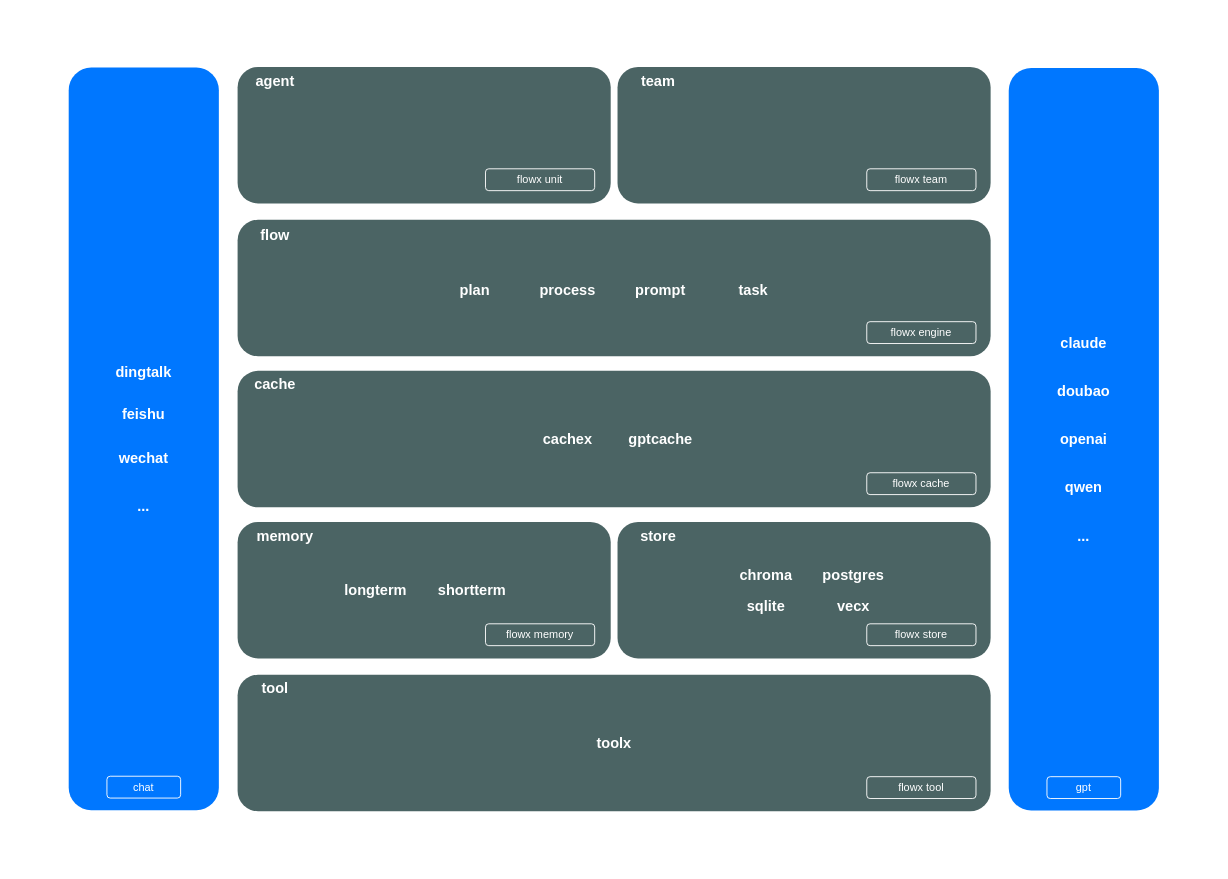
The draw.io diagram arch.drawio in ai-flowx/flowx, before the edit. Source tidied: cells renumbered, new cells numbered last; positions are measured from the earlier drawing's top-left corner, leaving out a move shared by most shapes. Both pictures are drawn from the tidied source at 91%, with x=0, y=0 at pixel (15, 15).
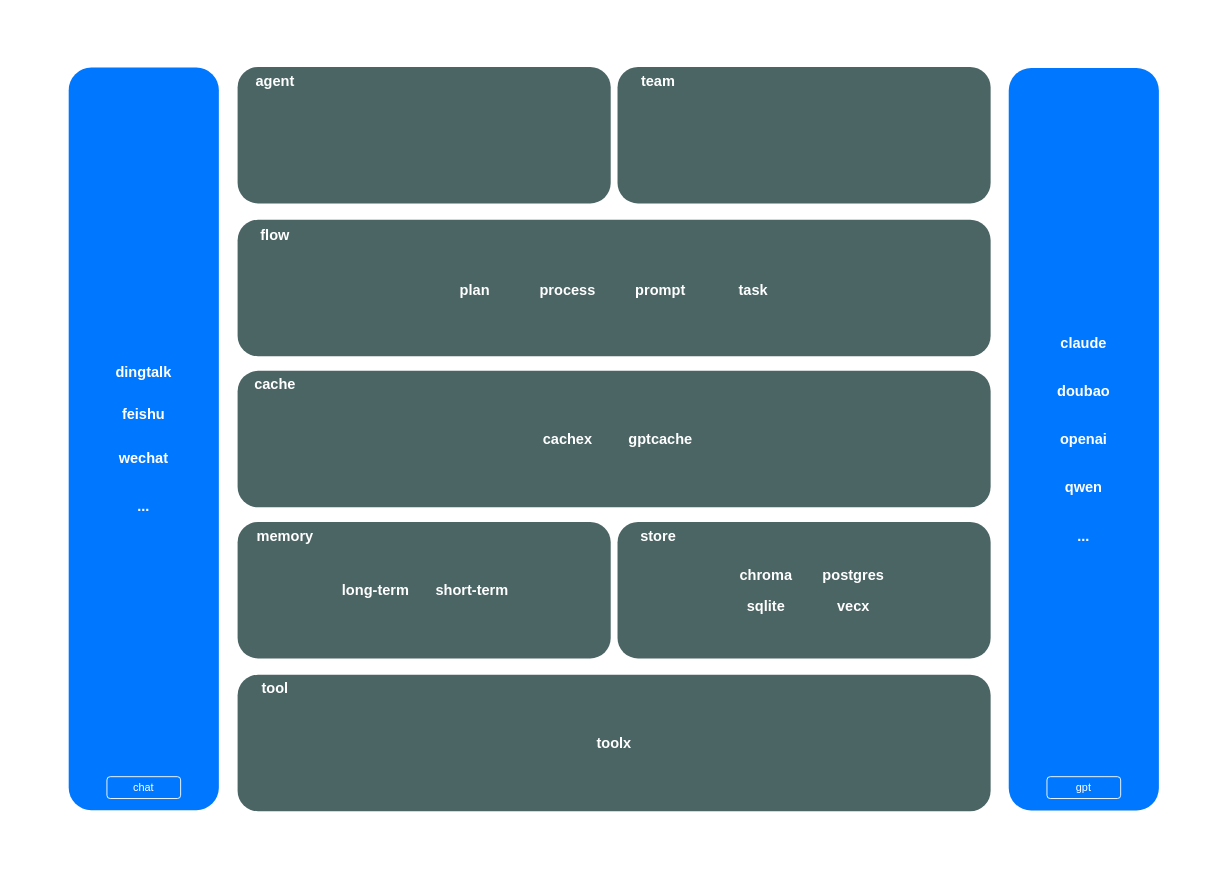
After the change.

What changed in the source:
```diff
@@
-    <mxCell id="6" value="flowx store" style="text;html=1;strokeColor=#FFFFFF;fillColor=none;align=center;verticalAlign=middle;whiteSpace=wrap;rounded=1;fontStyle=0;fontColor=#FFFFFF;" parent="1" vertex="1">
-      <mxGeometry x="935" y="668" width="120" height="24" as="geometry" />
-    </mxCell>
@@
-    <mxCell id="9" value="&lt;span&gt;flowx engine&lt;/span&gt;" style="text;html=1;strokeColor=#FFFFFF;fillColor=none;align=center;verticalAlign=middle;whiteSpace=wrap;rounded=1;fontStyle=0;fontColor=#FFFFFF;" parent="1" vertex="1">
-      <mxGeometry x="935" y="336" width="120" height="24" as="geometry" />
-    </mxCell>
@@
-    <mxCell id="12" value="flowx memory" style="text;html=1;strokeColor=#FFFFFF;fillColor=none;align=center;verticalAlign=middle;whiteSpace=wrap;rounded=1;fontStyle=0;fontColor=#FFFFFF;" parent="1" vertex="1">
-      <mxGeometry x="516" y="668" width="120" height="24" as="geometry" />
-    </mxCell>
@@
-    <mxCell id="19" value="flowx cache" style="text;html=1;strokeColor=#FFFFFF;fillColor=none;align=center;verticalAlign=middle;whiteSpace=wrap;rounded=1;fontStyle=0;fontColor=#FFFFFF;" parent="1" vertex="1">
-      <mxGeometry x="935" y="502" width="120" height="24" as="geometry" />
-    </mxCell>
@@
-    <mxCell id="29" value="flowx team" style="text;html=1;strokeColor=#FFFFFF;fillColor=none;align=center;verticalAlign=middle;whiteSpace=wrap;rounded=1;fontStyle=0;fontColor=#FFFFFF;" parent="1" vertex="1">
-      <mxGeometry x="935" y="168" width="120" height="24" as="geometry" />
-    </mxCell>
@@
-    <mxCell id="32" value="flowx unit" style="text;html=1;strokeColor=#FFFFFF;fillColor=none;align=center;verticalAlign=middle;whiteSpace=wrap;rounded=1;fontStyle=0;fontColor=#FFFFFF;" parent="1" vertex="1">
-      <mxGeometry x="516" y="168" width="120" height="24" as="geometry" />
-    </mxCell>
@@
-    <mxCell id="38" value="&lt;span&gt;flowx tool&lt;/span&gt;" style="text;html=1;strokeColor=#FFFFFF;fillColor=none;align=center;verticalAlign=middle;whiteSpace=wrap;rounded=1;fontStyle=0;fontColor=#FFFFFF;" parent="1" vertex="1">
-      <mxGeometry x="935" y="836" width="120" height="24" as="geometry" />
-    </mxCell>
@@
     <mxCell id="46" value="chat" style="text;html=1;strokeColor=#FFFFFF;fillColor=none;align=center;verticalAlign=middle;whiteSpace=wrap;rounded=1;fontStyle=0;fontColor=#FFFFFF;" parent="1" vertex="1">
-      <mxGeometry x="100" y="835.5" width="81" height="24" as="geometry" />
+      <mxGeometry x="100" y="836" width="81" height="24" as="geometry" />
     </mxCell>
-    <mxCell id="47" value="&lt;b&gt;longterm&lt;/b&gt;" style="text;html=1;strokeColor=none;fillColor=none;align=center;verticalAlign=middle;whiteSpace=wrap;rounded=0;fontSize=16;fontColor=#FFFFFF;" parent="1" vertex="1">
+    <mxCell id="47" value="&lt;b&gt;long-term&lt;/b&gt;" style="text;html=1;strokeColor=none;fillColor=none;align=center;verticalAlign=middle;whiteSpace=wrap;rounded=0;fontSize=16;fontColor=#FFFFFF;" parent="1" vertex="1">
       <mxGeometry x="350" y="616" width="91" height="30" as="geometry" />
     </mxCell>
-    <mxCell id="48" value="&lt;b&gt;shortterm&lt;/b&gt;" style="text;html=1;strokeColor=none;fillColor=none;align=center;verticalAlign=middle;whiteSpace=wrap;rounded=0;fontSize=16;fontColor=#FFFFFF;" parent="1" vertex="1">
+    <mxCell id="48" value="&lt;b&gt;short-term&lt;/b&gt;" style="text;html=1;strokeColor=none;fillColor=none;align=center;verticalAlign=middle;whiteSpace=wrap;rounded=0;fontSize=16;fontColor=#FFFFFF;" parent="1" vertex="1">
       <mxGeometry x="456.1" y="616" width="91" height="30" as="geometry" />
     </mxCell>
```
